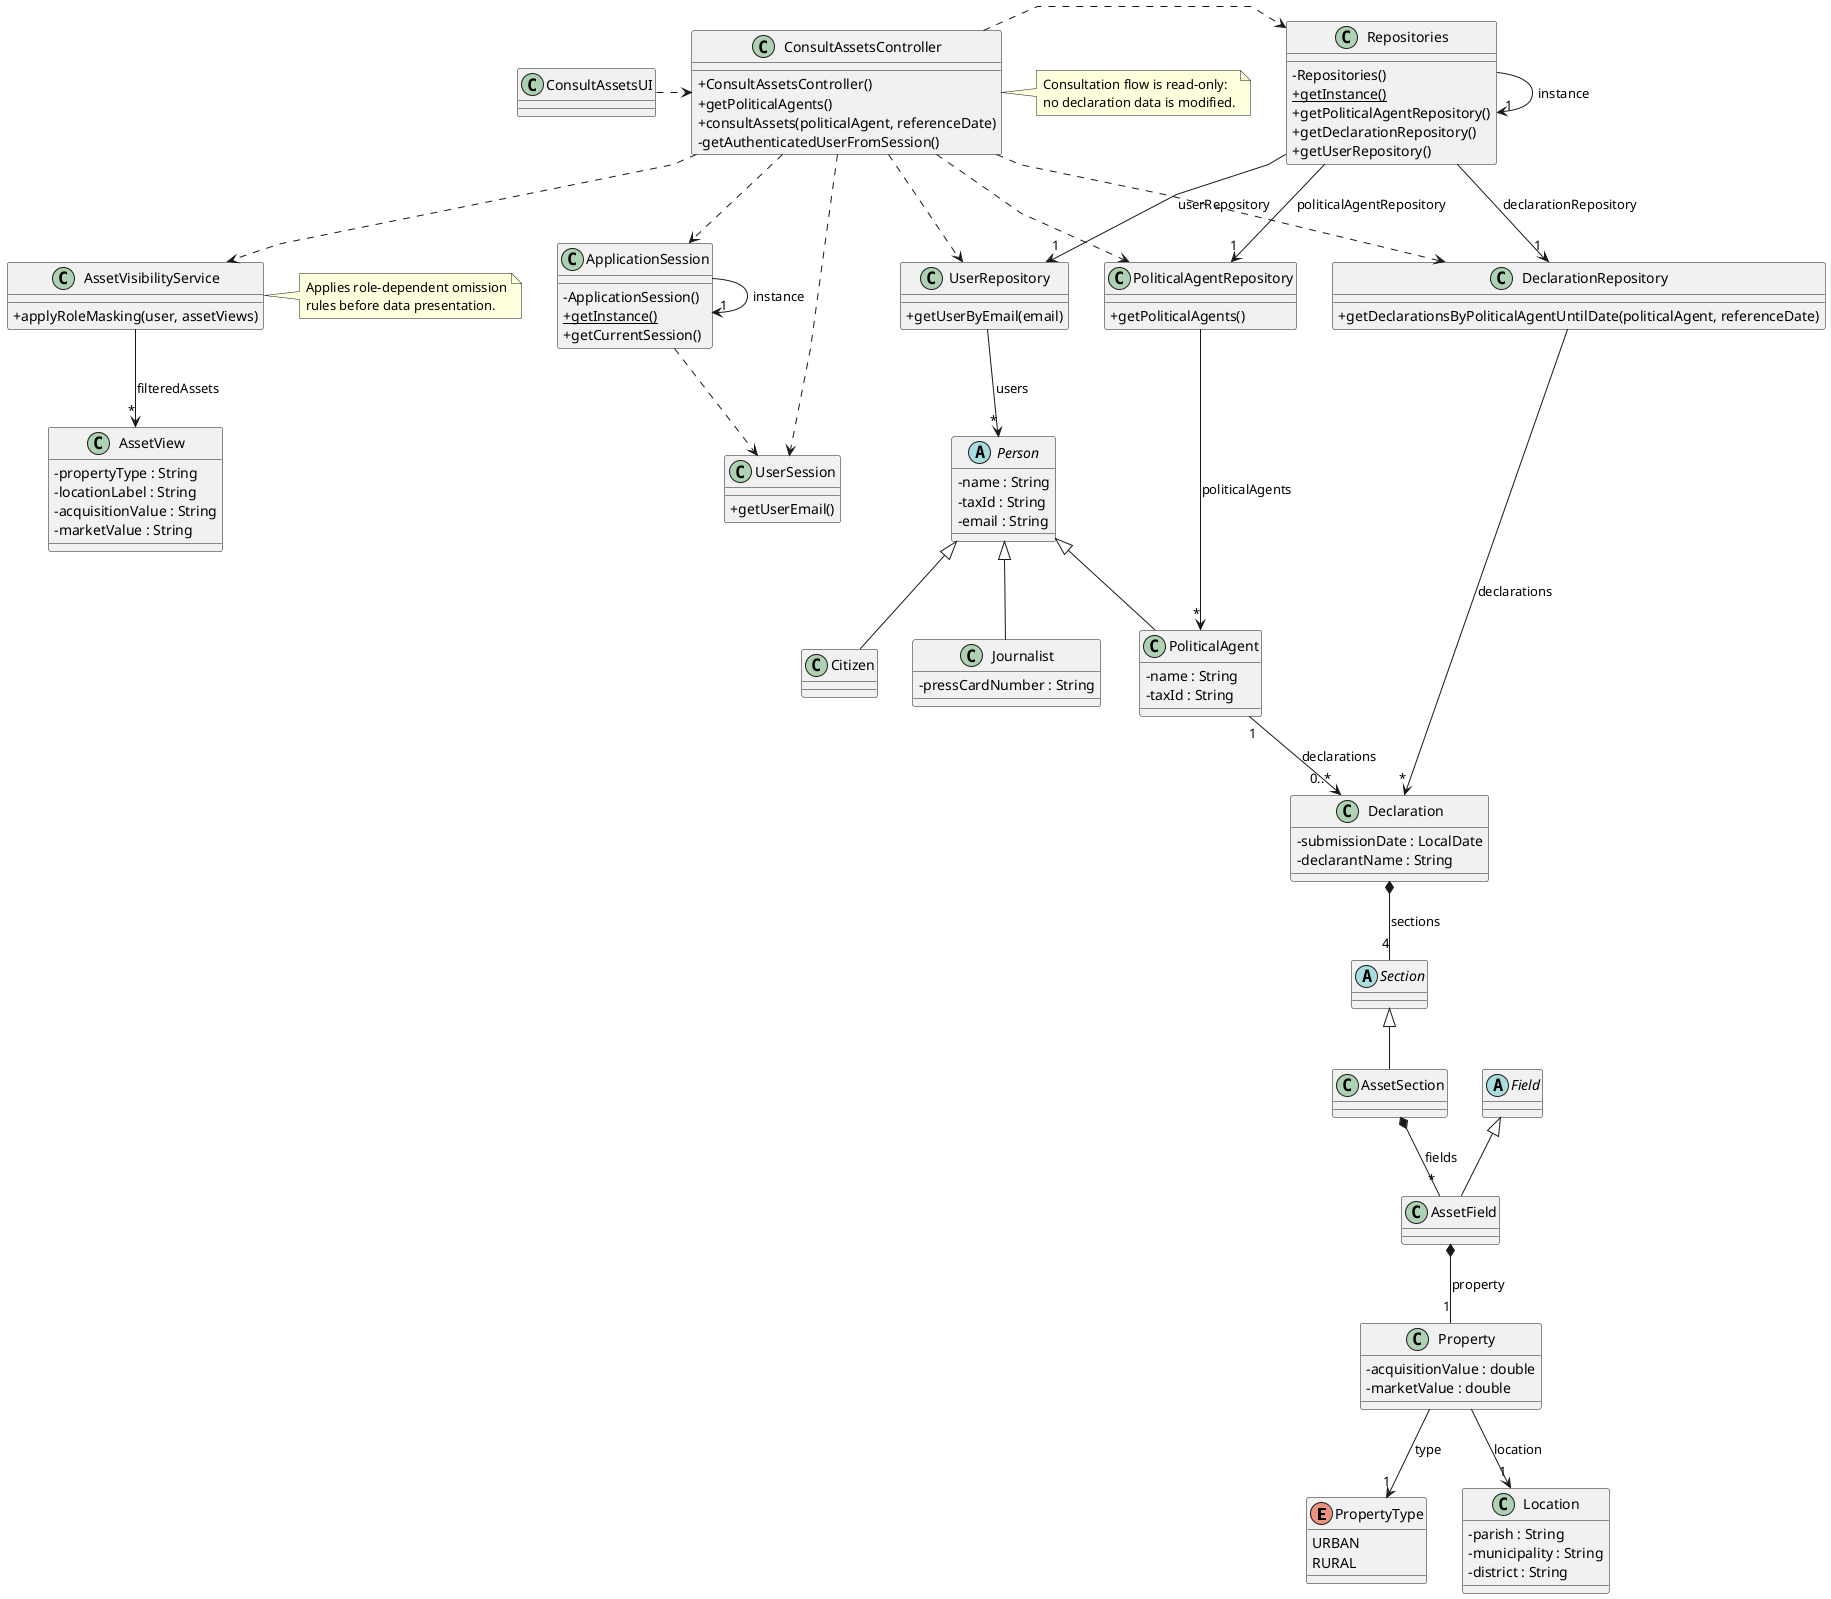
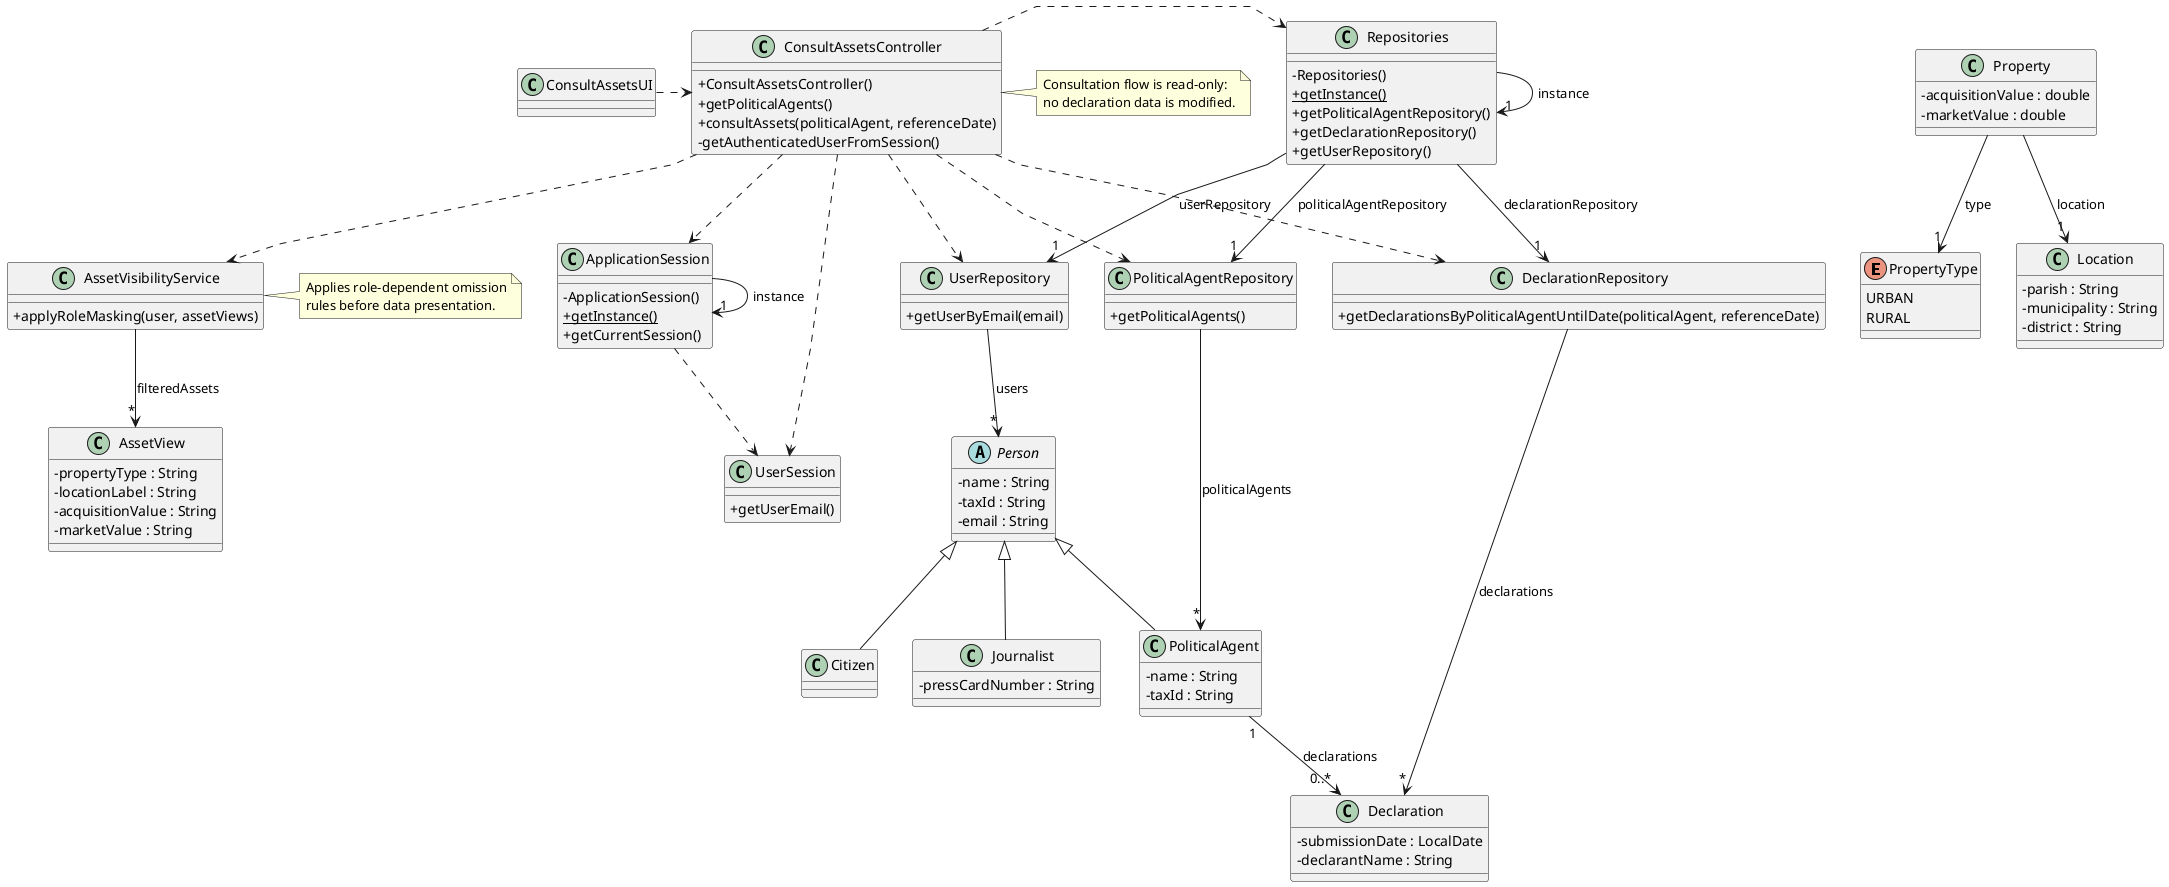
@startuml
skinparam packageStyle rectangle
skinparam shadowing false
skinparam linetype polyline
skinparam classAttributeIconSize 0

enum PropertyType {
    URBAN
    RURAL
}

class ApplicationSession {
    - ApplicationSession()
    + {static} getInstance()
    + getCurrentSession()
}

class UserSession {
    + getUserEmail()
}

abstract class Person {
    - name : String
    - taxId : String
    - email : String
}

class Citizen {
}

class Journalist {
    - pressCardNumber : String
}

class PoliticalAgent {
    - name : String
    - taxId : String
- }
- 
- abstract class Section {
- }
- 
- class AssetSection {
- }
- 
- abstract class Field {
- }
- 
- class AssetField {
}

class Property {
    - acquisitionValue : double
    - marketValue : double
}

class Location {
    - parish : String
    - municipality : String
    - district : String
}

class Declaration {
    - submissionDate : LocalDate
    - declarantName : String
}

class AssetView {
    - propertyType : String
    - locationLabel : String
    - acquisitionValue : String
    - marketValue : String
}

class AssetVisibilityService {
    + applyRoleMasking(user, assetViews)
}

class PoliticalAgentRepository {
    + getPoliticalAgents()
}

class DeclarationRepository {
    + getDeclarationsByPoliticalAgentUntilDate(politicalAgent, referenceDate)
}

class UserRepository {
    + getUserByEmail(email)
}

class Repositories {
    - Repositories()
    + {static} getInstance()
    + getPoliticalAgentRepository()
    + getDeclarationRepository()
    + getUserRepository()
}

class ConsultAssetsController {
    + ConsultAssetsController()
    + getPoliticalAgents()
    + consultAssets(politicalAgent, referenceDate)
    - getAuthenticatedUserFromSession()
}

class ConsultAssetsUI {
}

note right of AssetVisibilityService
    Applies role-dependent omission
    rules before data presentation.
end note

note right of ConsultAssetsController
    Consultation flow is read-only:
    no declaration data is modified.
end note

Person <|-- Citizen
Person <|-- Journalist
Person <|-- PoliticalAgent

- Section <|-- AssetSection
- Field <|-- AssetField
- 
ConsultAssetsUI .> ConsultAssetsController
ConsultAssetsController .> Repositories
ConsultAssetsController ..> PoliticalAgentRepository
ConsultAssetsController ..> DeclarationRepository
ConsultAssetsController ..> UserRepository
ConsultAssetsController ..> ApplicationSession
ConsultAssetsController ..> UserSession
ConsultAssetsController ..> AssetVisibilityService

Repositories -> "1" Repositories : instance
Repositories --> "1" PoliticalAgentRepository : politicalAgentRepository
Repositories --> "1" DeclarationRepository : declarationRepository
Repositories --> "1" UserRepository : userRepository

ApplicationSession -> "1" ApplicationSession : instance
ApplicationSession ..> UserSession

PoliticalAgentRepository --> "*" PoliticalAgent : politicalAgents
UserRepository --> "*" Person : users
DeclarationRepository --> "*" Declaration : declarations

PoliticalAgent "1" --> "0..*" Declaration : declarations
- Declaration *-- "4" Section : sections
- AssetSection *-- "*" AssetField : fields
- AssetField *-- "1" Property : property
Property --> "1" PropertyType : type
Property --> "1" Location : location

AssetVisibilityService --> "*" AssetView : filteredAssets

@enduml
